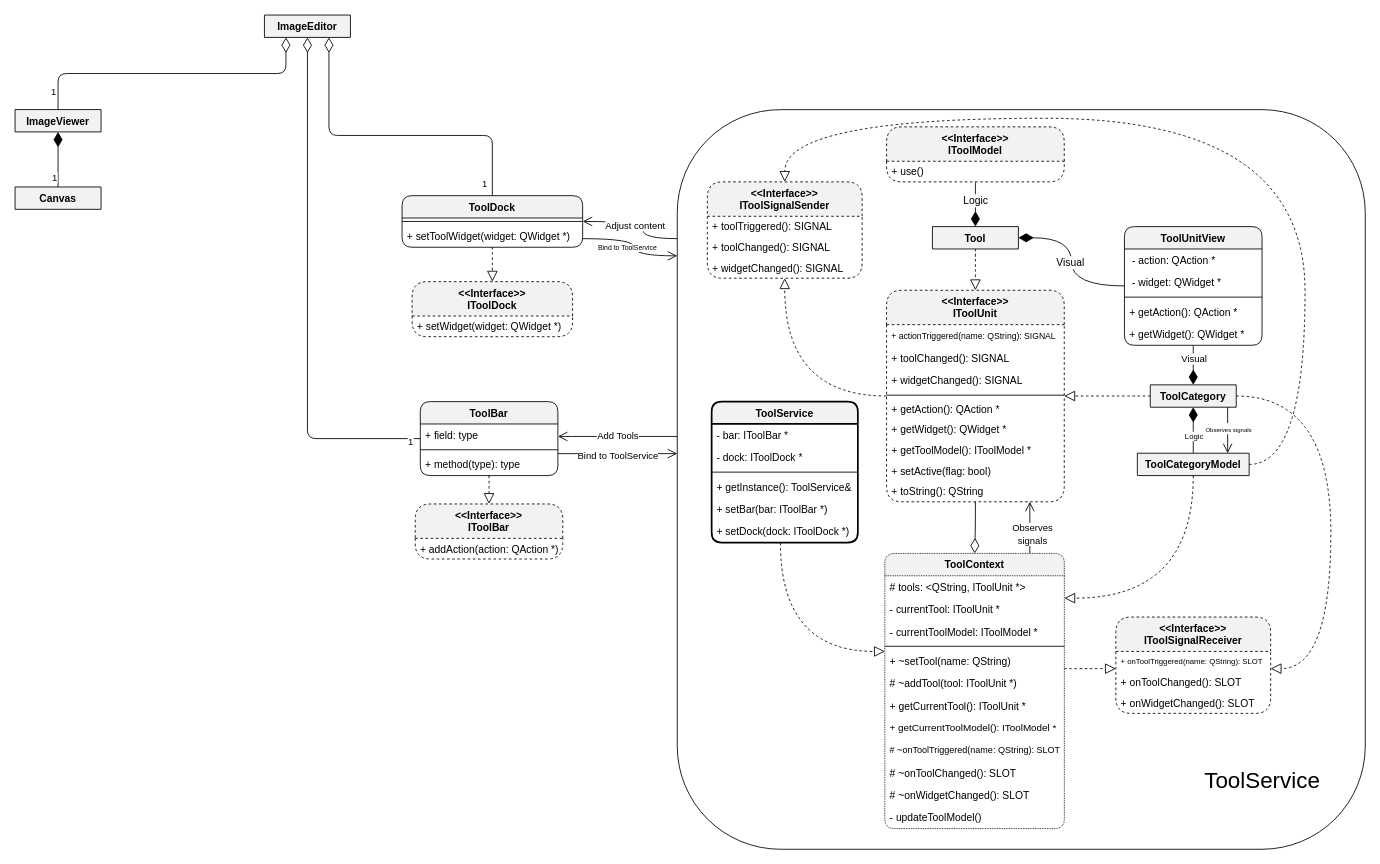
The draw.io diagram page "ClassDiagram" (3 of 3) of Diagrams/ImageEditor.drawio in Purposelessness/ImageEditor, before the edit. Source tidied: cells renumbered, new cells numbered last; positions are measured from the earlier drawing's top-left corner, leaving out a move shared by most shapes. Both pictures are drawn from the tidied source at 86%, with x=0, y=0 at pixel (15, 15).
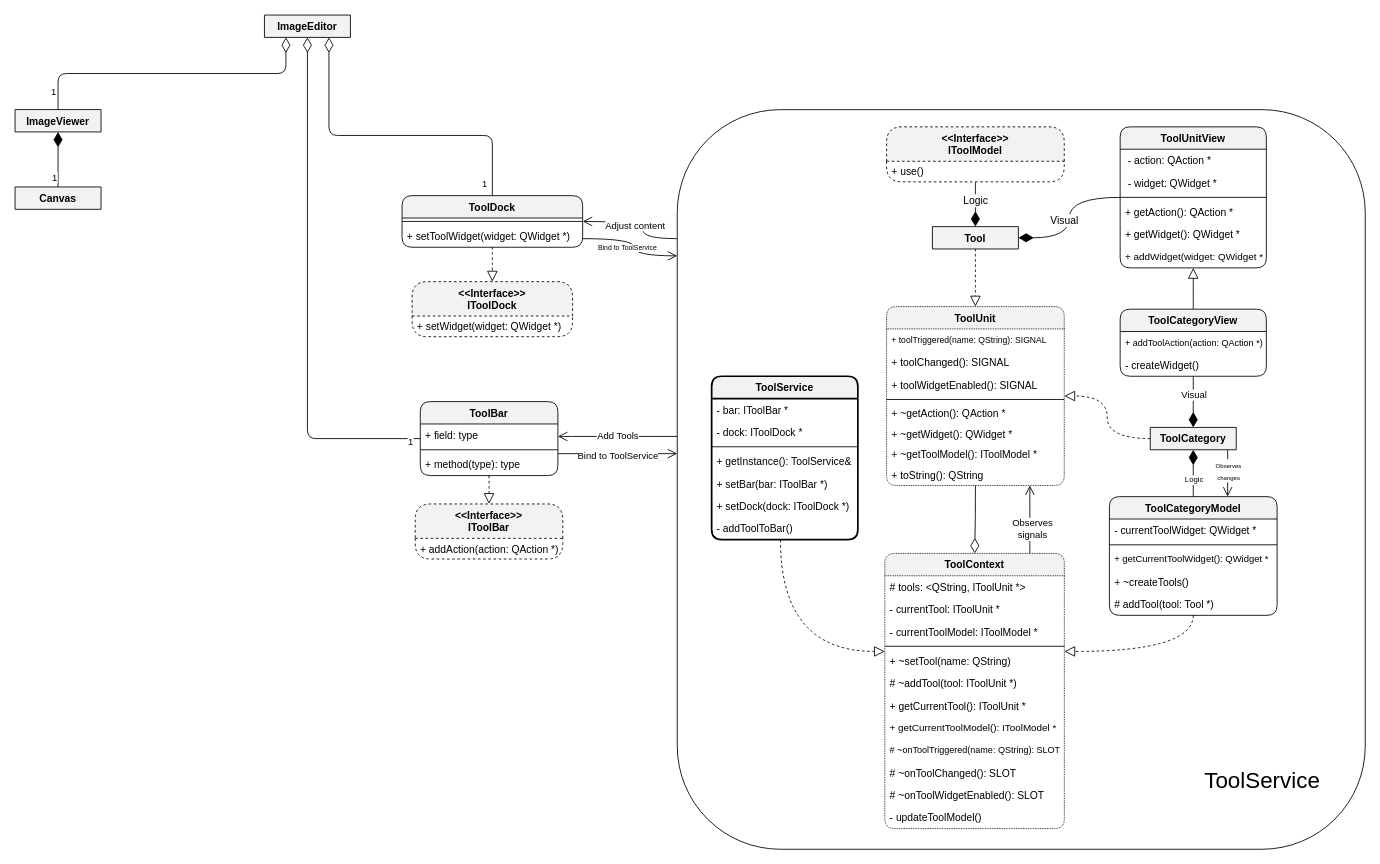
After the change.

The change refers to these unchanged cells:
```xml
<mxCell id="59" value="ToolContext" style="swimlane;fontStyle=1;align=center;verticalAlign=top;horizontal=1;startSize=26;rounded=1;glass=0;labelBorderColor=none;sketch=0;fillColor=#F2F2F2;fontFamily=Helvetica;fontSize=12;dashed=1;dashPattern=1 1;" parent="1" vertex="1">
  <mxGeometry x="1011.4" y="626" width="208.7" height="320" as="geometry" />
</mxCell>
<mxCell id="86" style="endArrow=diamondThin;endFill=1;endSize=15;html=1;rounded=0;labelBackgroundColor=default;fontFamily=Helvetica;fontSize=11;fontColor=default;strokeColor=default;strokeWidth=1;shape=connector;edgeStyle=orthogonalEdgeStyle;curved=1;" parent="1" edge="1" source="27" target="34">
  <mxGeometry relative="1" as="geometry" />
</mxCell>
```

What changed in the source:
```diff
@@
     <mxCell id="26" value="ToolCategory" style="swimlane;fontStyle=1;align=center;verticalAlign=top;horizontal=1;startSize=26;rounded=1;glass=0;labelBorderColor=none;sketch=0;fillColor=#F2F2F2;fontFamily=Helvetica;fontSize=12;" parent="1" vertex="1" collapsed="1">
-      <mxGeometry x="1320" y="430" width="100" height="26" as="geometry" />
+      <mxGeometry x="1320" y="479.5" width="100" height="26" as="geometry" />
     </mxCell>
     <mxCell id="27" value="ToolUnitView" style="swimlane;fontStyle=1;align=center;verticalAlign=top;horizontal=1;startSize=26;rounded=1;glass=0;labelBorderColor=none;sketch=0;fillColor=#F2F2F2;fontFamily=Helvetica;fontSize=12;" parent="1" vertex="1">
-      <mxGeometry x="1290" y="246" width="160" height="138" as="geometry" />
+      <mxGeometry x="1285" y="130" width="170" height="164" as="geometry" />
     </mxCell>
     <mxCell id="28" value=" - action: QAction *" style="text;strokeColor=none;fillColor=none;align=left;verticalAlign=top;spacingLeft=4;spacingRight=4;overflow=hidden;rounded=1;glass=0;labelBorderColor=none;sketch=0;fontFamily=Helvetica;fontSize=12;" parent="27" vertex="1">
-      <mxGeometry y="26" width="160" height="26" as="geometry" />
+      <mxGeometry y="26" width="170" height="26" as="geometry" />
     </mxCell>
     <mxCell id="29" value=" - widget: QWidget *" style="text;strokeColor=none;fillColor=none;align=left;verticalAlign=top;spacingLeft=4;spacingRight=4;overflow=hidden;rounded=1;glass=0;labelBorderColor=none;sketch=0;fontFamily=Helvetica;fontSize=12;" parent="27" vertex="1">
-      <mxGeometry y="52" width="160" height="26" as="geometry" />
+      <mxGeometry y="52" width="170" height="26" as="geometry" />
     </mxCell>
     <mxCell id="30" style="line;strokeWidth=1;fillColor=none;align=left;verticalAlign=middle;spacingTop=-1;spacingLeft=3;spacingRight=3;labelPosition=right;rounded=1;glass=0;labelBorderColor=none;sketch=0;fontFamily=Helvetica;fontSize=12;" parent="27" vertex="1">
-      <mxGeometry y="78" width="160" height="8" as="geometry" />
+      <mxGeometry y="78" width="170" height="8" as="geometry" />
     </mxCell>
     <mxCell id="31" value="+ getAction(): QAction *" style="text;strokeColor=none;fillColor=none;align=left;verticalAlign=top;spacingLeft=4;spacingRight=4;overflow=hidden;rounded=1;glass=0;labelBorderColor=none;sketch=0;fontFamily=Helvetica;fontSize=12;" parent="27" vertex="1">
-      <mxGeometry y="86" width="160" height="26" as="geometry" />
+      <mxGeometry y="86" width="170" height="26" as="geometry" />
     </mxCell>
     <mxCell id="32" value="+ getWidget(): QWidget *" style="text;strokeColor=none;fillColor=none;align=left;verticalAlign=top;spacingLeft=4;spacingRight=4;overflow=hidden;rounded=1;glass=0;labelBorderColor=none;sketch=0;fontFamily=Helvetica;fontSize=12;" parent="27" vertex="1">
-      <mxGeometry y="112" width="160" height="26" as="geometry" />
+      <mxGeometry y="112" width="170" height="26" as="geometry" />
     </mxCell>
+    <mxCell id="106" value="+ addWidget(widget: QWidget *)" style="text;strokeColor=none;fillColor=none;align=left;verticalAlign=top;spacingLeft=4;spacingRight=4;overflow=hidden;rounded=1;glass=0;labelBorderColor=none;sketch=0;fontFamily=Helvetica;fontSize=11.5;" parent="27" vertex="1">
+      <mxGeometry y="138" width="170" height="26" as="geometry" />
+    </mxCell>
-    <mxCell id="33" value="ToolCategoryModel" style="swimlane;fontStyle=1;align=center;verticalAlign=top;horizontal=1;startSize=26;rounded=1;glass=0;labelBorderColor=none;sketch=0;fillColor=#F2F2F2;fontFamily=Helvetica;fontSize=12;" parent="1" vertex="1" collapsed="1">
-      <mxGeometry x="1305" y="509.5" width="130" height="26" as="geometry" />
+    <mxCell id="33" value="ToolCategoryModel" style="swimlane;fontStyle=1;align=center;verticalAlign=top;horizontal=1;startSize=26;rounded=1;glass=0;labelBorderColor=none;sketch=0;fillColor=#F2F2F2;fontFamily=Helvetica;fontSize=12;" parent="1" vertex="1">
+      <mxGeometry x="1272.5" y="560" width="195" height="138" as="geometry" />
     </mxCell>
+    <mxCell id="107" value="- currentToolWidget: QWidget *" style="text;strokeColor=none;fillColor=none;align=left;verticalAlign=middle;spacingLeft=4;spacingRight=4;overflow=hidden;rounded=1;glass=0;labelBorderColor=none;sketch=0;fontFamily=Helvetica;fontSize=12;" parent="33" vertex="1">
+      <mxGeometry y="26" width="195" height="26" as="geometry" />
+    </mxCell>
+    <mxCell id="108" style="line;strokeWidth=1;fillColor=none;align=left;verticalAlign=middle;spacingTop=-1;spacingLeft=3;spacingRight=3;labelPosition=right;rounded=1;glass=0;labelBorderColor=none;sketch=0;fontFamily=Helvetica;fontSize=12;" parent="33" vertex="1">
+      <mxGeometry y="52" width="195" height="8" as="geometry" />
+    </mxCell>
+    <mxCell id="109" value="+ getCurrentToolWidget(): QWidget *" style="text;strokeColor=none;fillColor=none;align=left;verticalAlign=top;spacingLeft=4;spacingRight=4;overflow=hidden;rounded=1;glass=0;labelBorderColor=none;sketch=0;fontFamily=Helvetica;fontSize=11;" parent="33" vertex="1">
+      <mxGeometry y="60" width="195" height="26" as="geometry" />
+    </mxCell>
+    <mxCell id="110" value="+ ~createTools()" style="text;strokeColor=none;fillColor=none;align=left;verticalAlign=middle;spacingLeft=4;spacingRight=4;overflow=hidden;rounded=1;glass=0;labelBorderColor=none;sketch=0;fontFamily=Helvetica;fontSize=12;" parent="33" vertex="1">
+      <mxGeometry y="86" width="195" height="26" as="geometry" />
+    </mxCell>
+    <mxCell id="111" value="# addTool(tool: Tool *)" style="text;strokeColor=none;fillColor=none;align=left;verticalAlign=middle;spacingLeft=4;spacingRight=4;overflow=hidden;rounded=1;glass=0;labelBorderColor=none;sketch=0;fontFamily=Helvetica;fontSize=12;" parent="33" vertex="1">
+      <mxGeometry y="112" width="195" height="26" as="geometry" />
+    </mxCell>
@@
     <mxCell id="35" value="ToolService" style="swimlane;fontStyle=1;align=center;verticalAlign=top;horizontal=1;startSize=26;rounded=1;glass=0;labelBorderColor=none;sketch=0;fillColor=#F2F2F2;fontFamily=Helvetica;fontSize=12;strokeColor=default;strokeWidth=2;" parent="1" vertex="1">
-      <mxGeometry x="810" y="449.5" width="170" height="164" as="geometry" />
+      <mxGeometry x="810" y="420" width="170" height="190" as="geometry" />
     </mxCell>
@@
+    <mxCell id="112" value="- addToolToBar()" style="text;strokeColor=none;fillColor=none;align=left;verticalAlign=middle;spacingLeft=4;spacingRight=4;overflow=hidden;rounded=1;glass=0;labelBorderColor=none;sketch=0;fontFamily=Helvetica;fontSize=12;" parent="35" vertex="1">
+      <mxGeometry y="164" width="170" height="26" as="geometry" />
+    </mxCell>
@@
-    <mxCell id="45" style="endArrow=diamondThin;endFill=1;endSize=15;html=1;rounded=0;labelBackgroundColor=default;fontFamily=Helvetica;fontSize=11;fontColor=default;strokeColor=default;strokeWidth=1;shape=connector;edgeStyle=orthogonalEdgeStyle;curved=1;" parent="1" edge="1" source="27" target="26">
+    <mxCell id="45" style="endArrow=diamondThin;endFill=1;endSize=15;html=1;rounded=0;labelBackgroundColor=default;fontFamily=Helvetica;fontSize=11;fontColor=default;strokeColor=default;strokeWidth=1;shape=connector;edgeStyle=orthogonalEdgeStyle;curved=1;" parent="1" edge="1" source="113" target="26">
       <mxGeometry relative="1" as="geometry" />
     </mxCell>
@@
-    <mxCell id="47" value="&lt;&lt;Interface&gt;&gt;&#10;IToolUnit" style="swimlane;fontStyle=1;align=center;verticalAlign=top;horizontal=1;startSize=40;glass=0;labelBorderColor=none;fillColor=#F2F2F2;rounded=1;shadow=0;sketch=0;strokeWidth=1;dashed=1;" parent="1" vertex="1">
-      <mxGeometry x="1013.4" y="320" width="206.6" height="246" as="geometry" />
+    <mxCell id="47" value="ToolUnit" style="swimlane;fontStyle=1;align=center;verticalAlign=top;horizontal=1;startSize=26;glass=0;labelBorderColor=none;fillColor=#F2F2F2;rounded=1;shadow=0;sketch=0;strokeWidth=1;dashed=1;dashPattern=1 1;" parent="1" vertex="1">
+      <mxGeometry x="1013.4" y="339" width="206.6" height="208" as="geometry" />
     </mxCell>
-    <mxCell id="48" value="+ actionTriggered(name: QString): SIGNAL" style="text;strokeColor=none;fillColor=none;align=left;verticalAlign=middle;spacingLeft=4;spacingRight=4;overflow=hidden;glass=0;labelBorderColor=none;rounded=1;fontSize=10;" parent="47" vertex="1">
-      <mxGeometry y="40" width="206.6" height="26" as="geometry" />
+    <mxCell id="48" value="+ toolTriggered(name: QString): SIGNAL" style="text;strokeColor=none;fillColor=none;align=left;verticalAlign=middle;spacingLeft=4;spacingRight=4;overflow=hidden;glass=0;labelBorderColor=none;rounded=1;fontSize=10;" parent="47" vertex="1">
+      <mxGeometry y="26" width="206.6" height="26" as="geometry" />
     </mxCell>
     <mxCell id="49" value="+ toolChanged(): SIGNAL" style="text;strokeColor=none;fillColor=none;align=left;verticalAlign=top;spacingLeft=4;spacingRight=4;overflow=hidden;glass=0;labelBorderColor=none;rounded=1;" parent="47" vertex="1">
-      <mxGeometry y="66" width="206.6" height="26" as="geometry" />
+      <mxGeometry y="52" width="206.6" height="26" as="geometry" />
     </mxCell>
-    <mxCell id="50" value="+ widgetChanged(): SIGNAL" style="text;strokeColor=none;fillColor=none;align=left;verticalAlign=top;spacingLeft=4;spacingRight=4;overflow=hidden;glass=0;labelBorderColor=none;rounded=1;" parent="47" vertex="1">
-      <mxGeometry y="92" width="206.6" height="26" as="geometry" />
+    <mxCell id="50" value="+ toolWidgetEnabled(): SIGNAL" style="text;strokeColor=none;fillColor=none;align=left;verticalAlign=top;spacingLeft=4;spacingRight=4;overflow=hidden;glass=0;labelBorderColor=none;rounded=1;" parent="47" vertex="1">
+      <mxGeometry y="78" width="206.6" height="26" as="geometry" />
     </mxCell>
     <mxCell id="51" style="line;strokeWidth=1;fillColor=none;align=left;verticalAlign=middle;spacingTop=-1;spacingLeft=3;spacingRight=3;labelPosition=right;glass=0;labelBorderColor=none;rounded=1;" parent="47" vertex="1">
-      <mxGeometry y="118" width="206.6" height="8" as="geometry" />
+      <mxGeometry y="104" width="206.6" height="8" as="geometry" />
     </mxCell>
-    <mxCell id="52" value="+ getAction(): QAction *" style="text;strokeColor=none;fillColor=none;align=left;verticalAlign=middle;spacingLeft=4;spacingRight=4;overflow=hidden;glass=0;labelBorderColor=none;fontStyle=0;rounded=1;" parent="47" vertex="1">
-      <mxGeometry y="126" width="206.6" height="24" as="geometry" />
+    <mxCell id="52" value="+ ~getAction(): QAction *" style="text;strokeColor=none;fillColor=none;align=left;verticalAlign=middle;spacingLeft=4;spacingRight=4;overflow=hidden;glass=0;labelBorderColor=none;fontStyle=0;rounded=1;" parent="47" vertex="1">
+      <mxGeometry y="112" width="206.6" height="24" as="geometry" />
     </mxCell>
-    <mxCell id="53" value="+ getWidget(): QWidget *" style="text;strokeColor=none;fillColor=none;align=left;verticalAlign=middle;spacingLeft=4;spacingRight=4;overflow=hidden;glass=0;labelBorderColor=none;fontStyle=0;rounded=1;" parent="47" vertex="1">
-      <mxGeometry y="150" width="206.6" height="24" as="geometry" />
+    <mxCell id="53" value="+ ~getWidget(): QWidget *" style="text;strokeColor=none;fillColor=none;align=left;verticalAlign=middle;spacingLeft=4;spacingRight=4;overflow=hidden;glass=0;labelBorderColor=none;fontStyle=0;rounded=1;" parent="47" vertex="1">
+      <mxGeometry y="136" width="206.6" height="24" as="geometry" />
     </mxCell>
-    <mxCell id="54" value="+ getToolModel(): IToolModel *" style="text;strokeColor=none;fillColor=none;align=left;verticalAlign=middle;spacingLeft=4;spacingRight=4;overflow=hidden;glass=0;labelBorderColor=none;fontStyle=0;rounded=1;" parent="47" vertex="1">
-      <mxGeometry y="174" width="206.6" height="24" as="geometry" />
+    <mxCell id="54" value="+ ~getToolModel(): IToolModel *" style="text;strokeColor=none;fillColor=none;align=left;verticalAlign=middle;spacingLeft=4;spacingRight=4;overflow=hidden;glass=0;labelBorderColor=none;fontStyle=0;rounded=1;" parent="47" vertex="1">
+      <mxGeometry y="160" width="206.6" height="24" as="geometry" />
     </mxCell>
-    <mxCell id="55" value="+ setActive(flag: bool)" style="text;strokeColor=none;fillColor=none;align=left;verticalAlign=middle;spacingLeft=4;spacingRight=4;overflow=hidden;glass=0;labelBorderColor=none;fontStyle=0;rounded=1;" parent="47" vertex="1">
-      <mxGeometry y="198" width="206.6" height="24" as="geometry" />
-    </mxCell>
     <mxCell id="56" value="+ toString(): QString" style="text;strokeColor=none;fillColor=none;align=left;verticalAlign=middle;spacingLeft=4;spacingRight=4;overflow=hidden;glass=0;labelBorderColor=none;fontStyle=0;rounded=1;" parent="47" vertex="1">
-      <mxGeometry y="222" width="206.6" height="24" as="geometry" />
+      <mxGeometry y="184" width="206.6" height="24" as="geometry" />
     </mxCell>
@@
-    <mxCell id="70" value="# ~onWidgetChanged(): SLOT" style="text;strokeColor=none;fillColor=none;align=left;verticalAlign=top;spacingLeft=4;spacingRight=4;overflow=hidden;rounded=1;glass=0;labelBorderColor=none;sketch=0;fontFamily=Helvetica;fontSize=12;" parent="59" vertex="1">
+    <mxCell id="70" value="# ~onToolWidgetEnabled(): SLOT" style="text;strokeColor=none;fillColor=none;align=left;verticalAlign=top;spacingLeft=4;spacingRight=4;overflow=hidden;rounded=1;glass=0;labelBorderColor=none;sketch=0;fontFamily=Helvetica;fontSize=12;" parent="59" vertex="1">
       <mxGeometry y="268" width="208.7" height="26" as="geometry" />
     </mxCell>
@@
     <mxCell id="84" style="endArrow=block;dashed=1;endFill=0;endSize=10;html=1;rounded=0;curved=1;elbow=vertical;edgeStyle=orthogonalEdgeStyle;fontSize=12;" parent="1" edge="1" source="33" target="59">
       <mxGeometry relative="1" as="geometry">
         <Array as="points">
-          <mxPoint x="1370" y="678" />
+          <mxPoint x="1370" y="740" />
         </Array>
       </mxGeometry>
     </mxCell>
@@
     <mxCell id="87" value="Visual" style="edgeLabel;html=1;align=center;verticalAlign=middle;fontSize=12;" parent="86" vertex="1">
       <mxGeometry x="0.14" y="2" relative="1" as="geometry">
-        <mxPoint y="13" as="offset" />
+        <mxPoint x="-8" y="-8" as="offset" />
       </mxGeometry>
     </mxCell>
@@
-    <mxCell id="92" value="&lt;&lt;Interface&gt;&gt;&#10;IToolSignalReceiver" style="swimlane;fontStyle=1;align=center;verticalAlign=top;horizontal=1;startSize=40;glass=0;labelBorderColor=none;fillColor=#F2F2F2;rounded=1;shadow=0;sketch=0;fontSize=12;strokeWidth=1;dashed=1;" parent="1" vertex="1">
-      <mxGeometry x="1280" y="700" width="180" height="112" as="geometry" />
-    </mxCell>
-    <mxCell id="93" value="+ onToolTriggered(name: QString): SLOT" style="text;strokeColor=none;fillColor=none;align=left;verticalAlign=middle;spacingLeft=4;spacingRight=4;overflow=hidden;glass=0;labelBorderColor=none;fontStyle=0;rounded=1;shadow=0;sketch=0;fontSize=9;startSize=25;" parent="92" vertex="1">
-      <mxGeometry y="40" width="180" height="24" as="geometry" />
-    </mxCell>
-    <mxCell id="94" value="+ onToolChanged(): SLOT" style="text;strokeColor=none;fillColor=none;align=left;verticalAlign=middle;spacingLeft=4;spacingRight=4;overflow=hidden;glass=0;labelBorderColor=none;fontStyle=0;rounded=1;shadow=0;sketch=0;fontSize=12;startSize=25;" parent="92" vertex="1">
-      <mxGeometry y="64" width="180" height="24" as="geometry" />
-    </mxCell>
-    <mxCell id="95" value="+ onWidgetChanged(): SLOT" style="text;strokeColor=none;fillColor=none;align=left;verticalAlign=middle;spacingLeft=4;spacingRight=4;overflow=hidden;glass=0;labelBorderColor=none;fontStyle=0;rounded=1;shadow=0;sketch=0;fontSize=12;startSize=25;" parent="92" vertex="1">
-      <mxGeometry y="88" width="180" height="24" as="geometry" />
-    </mxCell>
-    <mxCell id="96" value="&lt;&lt;Interface&gt;&gt;&#10;IToolSignalSender" style="swimlane;fontStyle=1;align=center;verticalAlign=top;horizontal=1;startSize=40;glass=0;labelBorderColor=none;fillColor=#F2F2F2;rounded=1;shadow=0;sketch=0;fontSize=12;strokeWidth=1;dashed=1;" parent="1" vertex="1">
-      <mxGeometry x="805" y="194" width="180" height="112" as="geometry" />
-    </mxCell>
-    <mxCell id="97" value="+ toolTriggered(): SIGNAL" style="text;strokeColor=none;fillColor=none;align=left;verticalAlign=middle;spacingLeft=4;spacingRight=4;overflow=hidden;glass=0;labelBorderColor=none;fontStyle=0;rounded=1;shadow=0;sketch=0;fontSize=12;startSize=25;" parent="96" vertex="1">
-      <mxGeometry y="40" width="180" height="24" as="geometry" />
-    </mxCell>
-    <mxCell id="98" value="+ toolChanged(): SIGNAL" style="text;strokeColor=none;fillColor=none;align=left;verticalAlign=middle;spacingLeft=4;spacingRight=4;overflow=hidden;glass=0;labelBorderColor=none;fontStyle=0;rounded=1;shadow=0;sketch=0;fontSize=12;startSize=25;" parent="96" vertex="1">
-      <mxGeometry y="64" width="180" height="24" as="geometry" />
-    </mxCell>
-    <mxCell id="99" value="+ widgetChanged(): SIGNAL" style="text;strokeColor=none;fillColor=none;align=left;verticalAlign=middle;spacingLeft=4;spacingRight=4;overflow=hidden;glass=0;labelBorderColor=none;fontStyle=0;rounded=1;shadow=0;sketch=0;fontSize=12;startSize=25;" parent="96" vertex="1">
-      <mxGeometry y="88" width="180" height="24" as="geometry" />
-    </mxCell>
-    <mxCell id="100" style="endArrow=block;dashed=1;endFill=0;endSize=10;html=1;rounded=0;curved=1;elbow=vertical;edgeStyle=orthogonalEdgeStyle;fontSize=12;" parent="1" edge="1" source="59" target="92">
-      <mxGeometry relative="1" as="geometry">
-        <Array as="points">
-          <mxPoint x="1240" y="760" />
-          <mxPoint x="1240" y="760" />
-        </Array>
-      </mxGeometry>
-    </mxCell>
-    <mxCell id="101" style="endArrow=block;dashed=1;endFill=0;endSize=10;html=1;rounded=0;curved=1;elbow=vertical;edgeStyle=orthogonalEdgeStyle;fontSize=12;" parent="1" edge="1" source="47" target="96">
-      <mxGeometry relative="1" as="geometry" />
-    </mxCell>
-    <mxCell id="102" style="endArrow=block;dashed=1;endFill=0;endSize=10;html=1;rounded=0;curved=1;elbow=vertical;edgeStyle=orthogonalEdgeStyle;fontSize=12;" parent="1" edge="1" source="26" target="92">
-      <mxGeometry relative="1" as="geometry">
-        <Array as="points">
-          <mxPoint x="1530" y="443" />
-          <mxPoint x="1530" y="760" />
-        </Array>
-      </mxGeometry>
-    </mxCell>
     <mxCell id="103" style="endArrow=open;endFill=1;endSize=9;html=1;rounded=0;labelBackgroundColor=default;fontFamily=Helvetica;fontSize=11;fontColor=default;strokeColor=default;strokeWidth=1;shape=connector;edgeStyle=orthogonalEdgeStyle;curved=1;" parent="1" edge="1" source="26" target="33">
       <mxGeometry relative="1" as="geometry">
         <Array as="points">
-          <mxPoint x="1410" y="480" />
-          <mxPoint x="1410" y="480" />
+          <mxPoint x="1410" y="510" />
+          <mxPoint x="1410" y="510" />
         </Array>
       </mxGeometry>
     </mxCell>
-    <mxCell id="104" value="&lt;font style=&quot;font-size: 7px&quot;&gt;Observes signals&lt;/font&gt;" style="edgeLabel;html=1;align=center;verticalAlign=middle;fontSize=11;fontFamily=Helvetica;fontColor=default;rounded=1;shadow=0;glass=0;dashed=1;sketch=0;startSize=25;strokeWidth=1;" parent="103" vertex="1">
+    <mxCell id="104" value="&lt;font style=&quot;font-size: 7px&quot;&gt;Observes &lt;br&gt;changes&lt;/font&gt;" style="edgeLabel;html=1;align=center;verticalAlign=middle;fontSize=11;fontFamily=Helvetica;fontColor=default;rounded=1;shadow=0;glass=0;dashed=1;sketch=0;startSize=25;strokeWidth=1;" parent="103" vertex="1">
       <mxGeometry x="-0.34" y="1" relative="1" as="geometry">
         <mxPoint x="-1" y="6" as="offset" />
       </mxGeometry>
     </mxCell>
-    <mxCell id="105" style="endArrow=block;dashed=1;endFill=0;endSize=10;html=1;rounded=0;curved=1;elbow=vertical;edgeStyle=orthogonalEdgeStyle;fontSize=11.5;" parent="1" edge="1" source="33" target="96">
-      <mxGeometry relative="1" as="geometry">
-        <Array as="points">
-          <mxPoint x="1500" y="523" />
-          <mxPoint x="1500" y="120" />
-          <mxPoint x="895" y="120" />
-        </Array>
-      </mxGeometry>
-    </mxCell>
+    <mxCell id="113" value="ToolCategoryView" style="swimlane;fontStyle=1;align=center;verticalAlign=top;horizontal=1;startSize=26;rounded=1;glass=0;labelBorderColor=none;sketch=0;fillColor=#F2F2F2;fontFamily=Helvetica;fontSize=12;" parent="1" vertex="1">
+      <mxGeometry x="1285" y="342" width="170" height="78" as="geometry" />
+    </mxCell>
+    <mxCell id="114" value="+ addToolAction(action: QAction *)" style="text;strokeColor=none;fillColor=none;align=left;verticalAlign=middle;spacingLeft=4;spacingRight=4;overflow=hidden;rounded=1;glass=0;labelBorderColor=none;sketch=0;fontFamily=Helvetica;fontSize=10.5;" parent="113" vertex="1">
+      <mxGeometry y="26" width="170" height="26" as="geometry" />
+    </mxCell>
+    <mxCell id="115" value="- createWidget()" style="text;strokeColor=none;fillColor=none;align=left;verticalAlign=middle;spacingLeft=4;spacingRight=4;overflow=hidden;rounded=1;glass=0;labelBorderColor=none;sketch=0;fontFamily=Helvetica;fontSize=12;" parent="113" vertex="1">
+      <mxGeometry y="52" width="170" height="26" as="geometry" />
+    </mxCell>
+    <mxCell id="116" style="endArrow=block;endSize=10;endFill=0;html=1;rounded=0;labelBackgroundColor=default;fontFamily=Helvetica;fontSize=11;fontColor=default;strokeColor=default;strokeWidth=1;shape=connector;edgeStyle=orthogonalEdgeStyle;curved=1;" parent="1" edge="1" source="113" target="27">
+      <mxGeometry relative="1" as="geometry" />
+    </mxCell>
```
